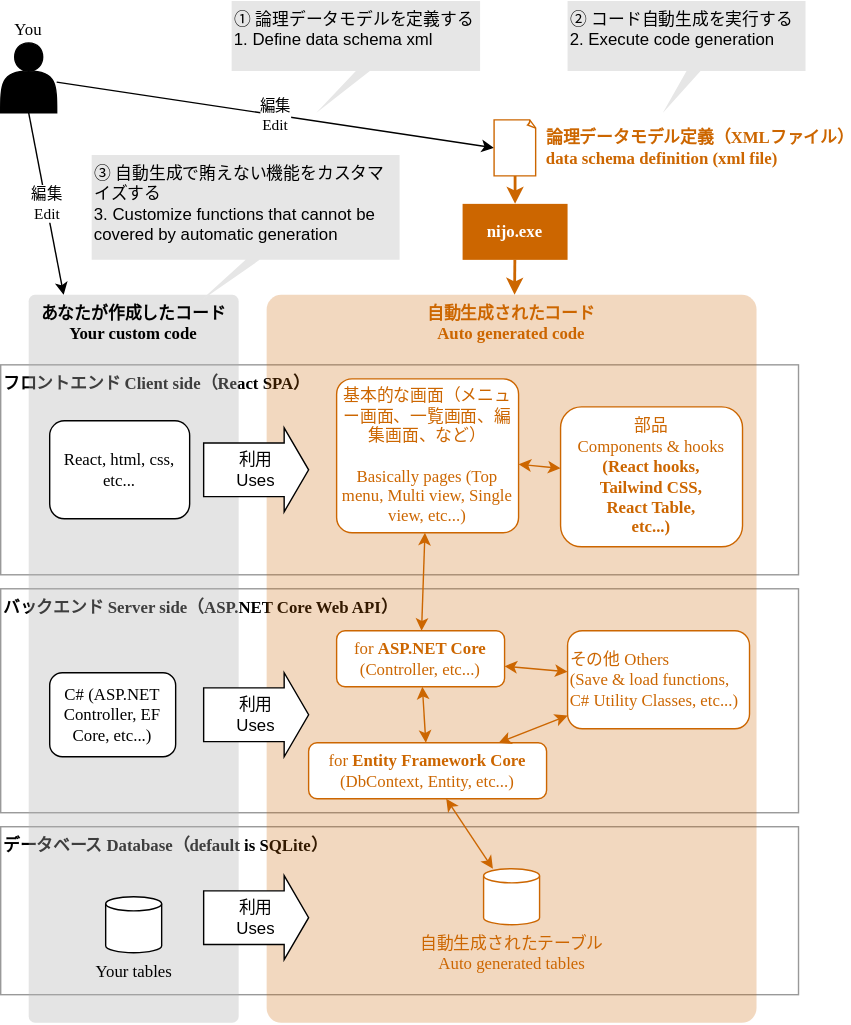
Earlier version of the draw.io export README_files/README.drawio.svg (halllky/NijoApplicationBuilder). Source tidied: cells renumbered, new cells last; positions are measured from the earlier drawing's top-left corner, leaving out a move shared by most shapes.
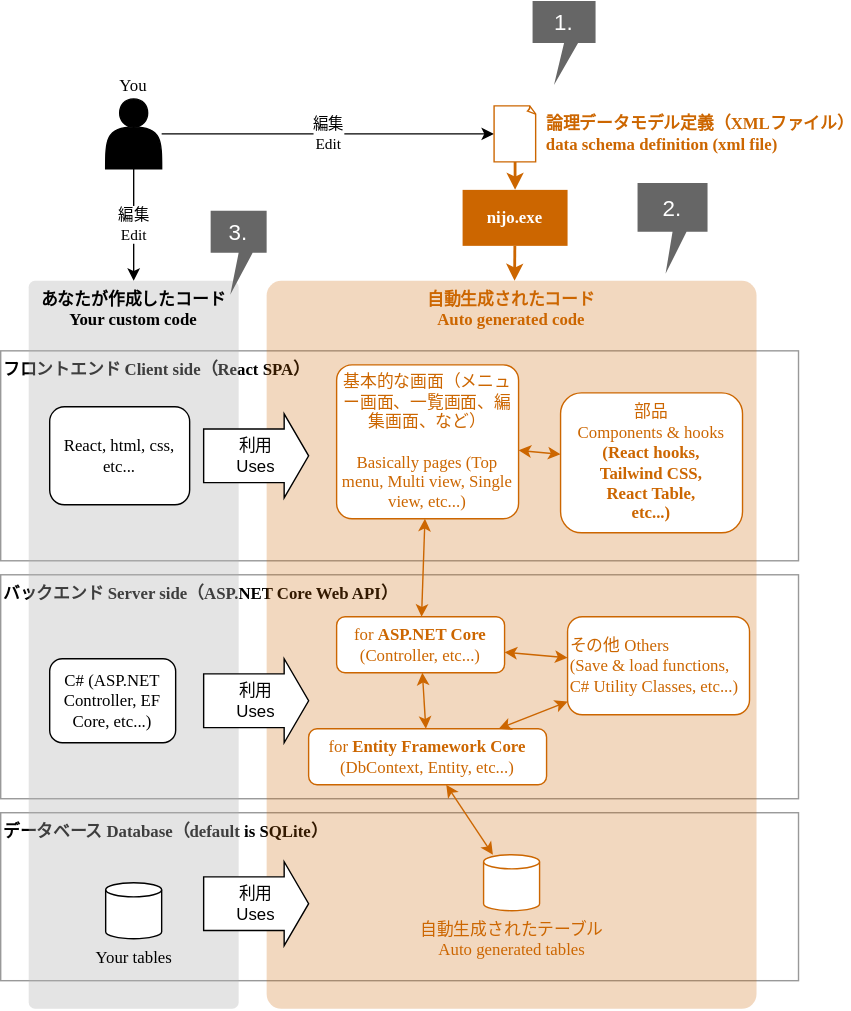
The same file after the commit.

What changed in the source:
```diff
@@ -21,7 +21,7 @@
       <mxGeometry relative="1" as="geometry" />
     </mxCell>
     <mxCell id="8" value="You" style="shape=actor;whiteSpace=wrap;html=1;fontFamily=Comic Sans MS;labelPosition=center;verticalLabelPosition=top;align=center;verticalAlign=bottom;fillColor=#000000;" parent="1" vertex="1">
-      <mxGeometry y="30" width="40" height="50" as="geometry" />
+      <mxGeometry x="75" y="80" width="40" height="50" as="geometry" />
     </mxCell>
     <mxCell id="9" style="edgeStyle=none;html=1;fontFamily=Comic Sans MS;strokeColor=#CC6600;strokeWidth=2;" parent="1" edge="1" source="10" target="16">
       <mxGeometry relative="1" as="geometry" />
@@ -92,14 +92,14 @@
     <mxCell id="31" value="利用&lt;br&gt;Uses" style="shape=singleArrow;whiteSpace=wrap;html=1;arrowWidth=0.638991011696288;arrowSize=0.23309502963362091;" parent="1" vertex="1">
       <mxGeometry x="145" y="625" width="75" height="60" as="geometry" />
     </mxCell>
-    <mxCell id="32" value="① 論理データモデルを定義する&amp;nbsp;&lt;br&gt;1. Define data schema xml" style="shape=callout;whiteSpace=wrap;html=1;perimeter=calloutPerimeter;base=10;align=left;verticalAlign=top;position2=0.34;strokeColor=none;fillColor=#E6E6E6;" parent="1" vertex="1">
-      <mxGeometry x="165" width="177.5" height="80" as="geometry" />
+    <mxCell id="32" value="1." style="shape=callout;whiteSpace=wrap;html=1;perimeter=calloutPerimeter;base=10;align=center;verticalAlign=middle;position2=0.34;strokeColor=none;fillColor=#666666;fontSize=16;fontColor=#FFFFFF;" parent="1" vertex="1">
+      <mxGeometry x="380" y="10" width="45" height="60" as="geometry" />
     </mxCell>
-    <mxCell id="33" value="② コード自動生成を実行する&lt;br&gt;2. Execute code generation" style="shape=callout;whiteSpace=wrap;html=1;perimeter=calloutPerimeter;base=10;align=left;verticalAlign=top;position2=0.4;strokeColor=none;fillColor=#E6E6E6;" parent="1" vertex="1">
-      <mxGeometry x="405" width="170" height="80" as="geometry" />
+    <mxCell id="33" value="2." style="shape=callout;whiteSpace=wrap;html=1;perimeter=calloutPerimeter;base=10;align=center;verticalAlign=middle;position2=0.4;strokeColor=none;fillColor=#666666;fontSize=16;fontColor=#FFFFFF;" parent="1" vertex="1">
+      <mxGeometry x="455" y="140" width="50" height="65" as="geometry" />
     </mxCell>
-    <mxCell id="34" value="③ 自動生成で賄えない機能をカスタマイズする&lt;br&gt;3. Customize functions that cannot be covered by automatic generation" style="shape=callout;whiteSpace=wrap;html=1;perimeter=calloutPerimeter;base=10;align=left;verticalAlign=top;position2=0.35;strokeColor=none;fillColor=#E6E6E6;" parent="1" vertex="1">
-      <mxGeometry x="65" y="110" width="220" height="105" as="geometry" />
+    <mxCell id="34" value="3." style="shape=callout;whiteSpace=wrap;html=1;perimeter=calloutPerimeter;base=10;align=center;verticalAlign=middle;position2=0.35;strokeColor=none;fillColor=#666666;fontSize=16;fontColor=#FFFFFF;" parent="1" vertex="1">
+      <mxGeometry x="150" y="160" width="40" height="60" as="geometry" />
     </mxCell>
   </root>
 </mxGraphModel>
```
